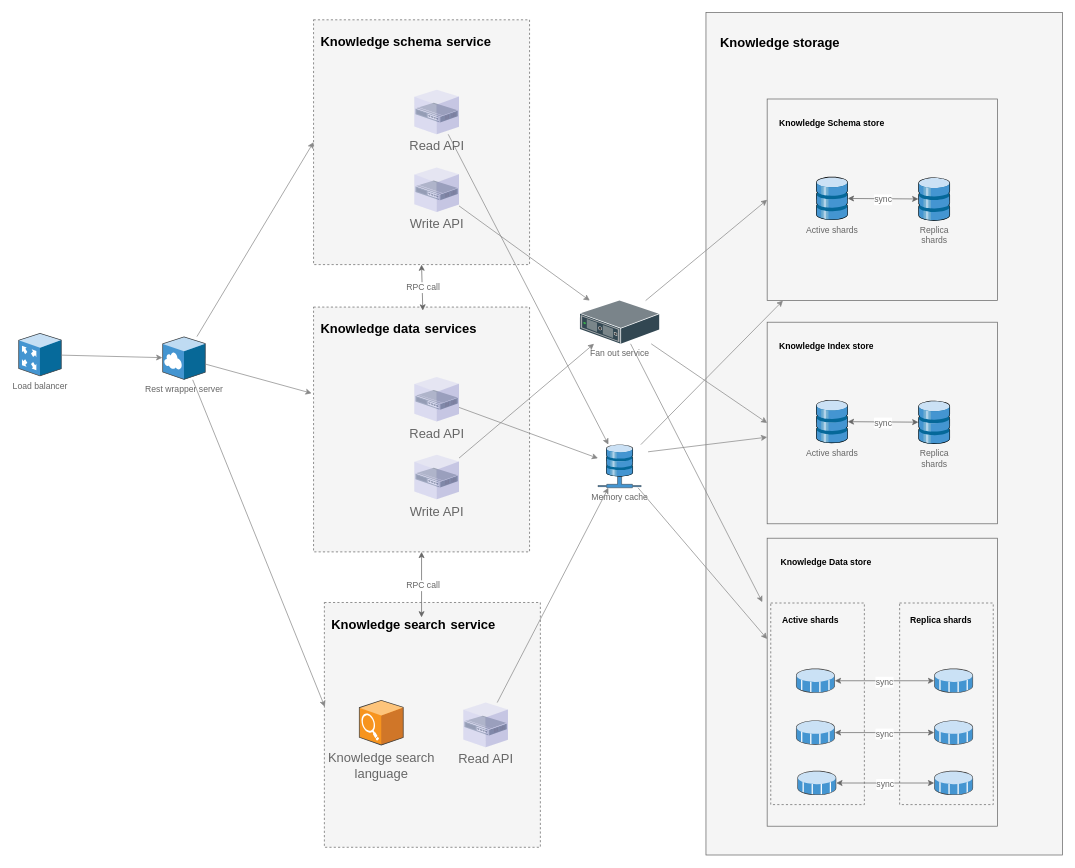
Before: page "Repository service" (3 of 6) of KnowledgeArchitecture.drawio in supriyopaul/diagrams, a draw.io diagram. Source tidied: cells renumbered, new cells numbered last; positions are measured from the earlier drawing's top-left corner, leaving out a move shared by most shapes. Both pictures are drawn from the tidied source at 72%, with x=0, y=0 at pixel (18, 12).
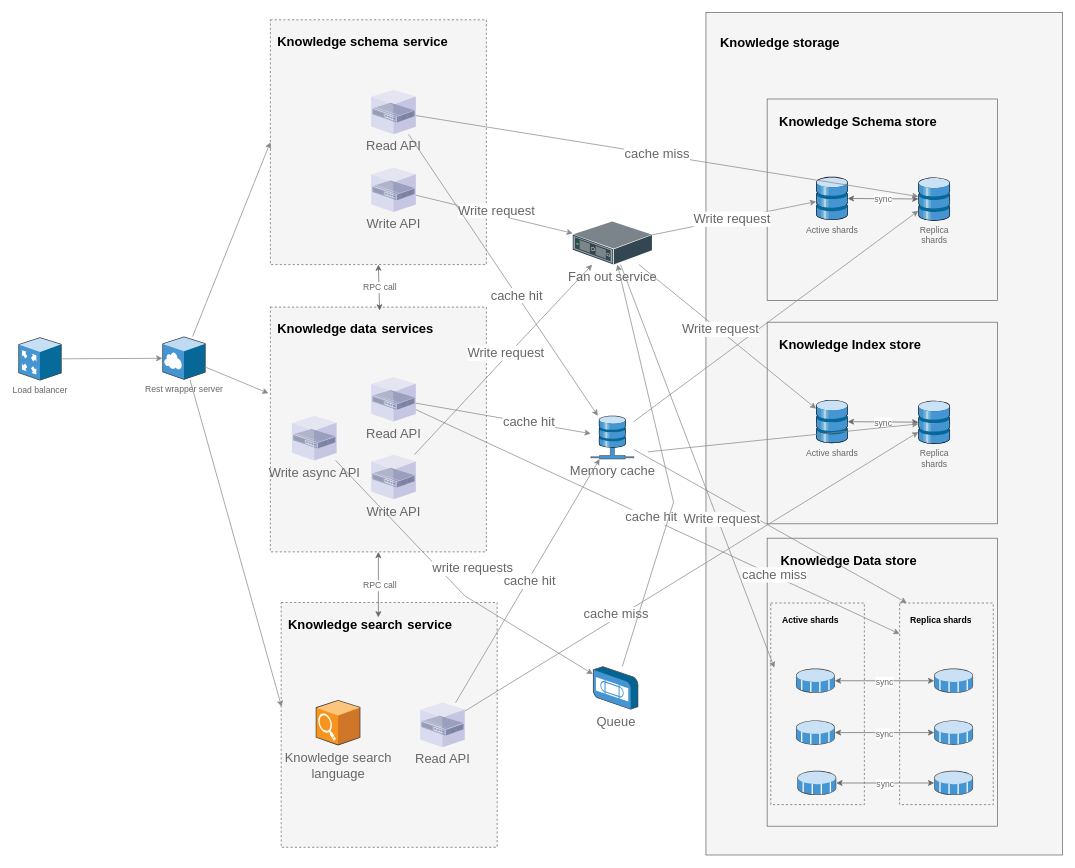
The same page after the edit.

The change refers to these unchanged cells:
```xml
<mxCell id="4" style="group;" parent="2" vertex="1">
  <mxGeometry x="85" y="430" width="320" height="280" as="geometry" />
</mxCell>
<mxCell id="5" style="rounded=0;whiteSpace=wrap;html=1;fillColor=#f5f5f5;strokeColor=#666666;fontStyle=0;fontColor=#333333;" parent="4" vertex="1">
  <mxGeometry width="320" height="280" as="geometry" />
</mxCell>
<mxCell id="7" value="Replica&lt;br&gt;shards" style="sketch=0;shadow=0;dashed=0;html=1;labelPosition=center;verticalLabelPosition=bottom;verticalAlign=top;align=center;outlineConnect=0;shape=mxgraph.veeam.3d.full_datastore;fontSize=12;fontColor=#666666;fillColor=#666666;" parent="4" vertex="1">
  <mxGeometry x="210" y="109" width="44" height="60" as="geometry" />
</mxCell>
<mxCell id="8" value="Active shards" style="sketch=0;shadow=0;dashed=0;html=1;labelPosition=center;verticalLabelPosition=bottom;verticalAlign=top;align=center;outlineConnect=0;shape=mxgraph.veeam.3d.full_datastore;fontSize=12;fontColor=#666666;fillColor=#666666;" parent="4" vertex="1">
  <mxGeometry x="68" y="108" width="44" height="60" as="geometry" />
</mxCell>
<mxCell id="11" style="group;" parent="2" vertex="1">
  <mxGeometry x="85" y="120" width="320" height="280" as="geometry" />
</mxCell>
<mxCell id="12" style="rounded=0;whiteSpace=wrap;html=1;fillColor=#f5f5f5;strokeColor=#666666;fontStyle=0;fontColor=#333333;" parent="11" vertex="1">
  <mxGeometry width="320" height="280" as="geometry" />
</mxCell>
<mxCell id="14" value="Replica&lt;br&gt;shards" style="sketch=0;shadow=0;dashed=0;html=1;labelPosition=center;verticalLabelPosition=bottom;verticalAlign=top;align=center;outlineConnect=0;shape=mxgraph.veeam.3d.full_datastore;fontSize=12;fontColor=#666666;fillColor=#666666;" parent="11" vertex="1">
  <mxGeometry x="210" y="109" width="44" height="60" as="geometry" />
</mxCell>
<mxCell id="15" value="Active shards" style="sketch=0;shadow=0;dashed=0;html=1;labelPosition=center;verticalLabelPosition=bottom;verticalAlign=top;align=center;outlineConnect=0;shape=mxgraph.veeam.3d.full_datastore;fontSize=12;fontColor=#666666;fillColor=#666666;" parent="11" vertex="1">
  <mxGeometry x="68" y="108" width="44" height="60" as="geometry" />
</mxCell>
<mxCell id="18" style="group;" parent="2" vertex="1">
  <mxGeometry x="85" y="730" width="410" height="400" as="geometry" />
</mxCell>
<mxCell id="19" style="rounded=0;whiteSpace=wrap;html=1;fillColor=#f5f5f5;strokeColor=#666666;fontStyle=0;fontColor=#333333;" parent="18" vertex="1">
  <mxGeometry width="320" height="400" as="geometry" />
</mxCell>
<mxCell id="20" style="rounded=0;whiteSpace=wrap;html=1;fillColor=#f5f5f5;strokeColor=#666666;fontStyle=0;dashed=1;fontColor=#333333;" parent="18" vertex="1">
  <mxGeometry x="184" y="90" width="130" height="280" as="geometry" />
</mxCell>
<mxCell id="21" style="rounded=0;whiteSpace=wrap;html=1;fillColor=#f5f5f5;strokeColor=#666666;fontStyle=0;dashed=1;fontColor=#333333;" parent="18" vertex="1">
  <mxGeometry x="5" y="90" width="130" height="280" as="geometry" />
</mxCell>
<mxCell id="25" value="&lt;h1&gt;&lt;font style=&quot;font-size: 12px;&quot;&gt;Replica shards&lt;/font&gt;&lt;/h1&gt;" style="text;html=1;strokeColor=none;fillColor=none;spacing=5;spacingTop=-20;whiteSpace=wrap;overflow=hidden;rounded=0;" parent="18" vertex="1">
  <mxGeometry x="194" y="90" width="106" height="46" as="geometry" />
</mxCell>
<mxCell id="46" value="Read API" style="sketch=0;shadow=0;dashed=0;html=1;labelPosition=center;verticalLabelPosition=bottom;verticalAlign=top;align=center;outlineConnect=0;shape=mxgraph.veeam.3d.vnic;fontSize=18;fontColor=#666666;fillColor=#666666;" parent="43" vertex="1">
  <mxGeometry x="140" y="97" width="62" height="62" as="geometry" />
</mxCell>
<mxCell id="52" value="Read API" style="sketch=0;shadow=0;dashed=0;html=1;labelPosition=center;verticalLabelPosition=bottom;verticalAlign=top;align=center;outlineConnect=0;shape=mxgraph.veeam.3d.vnic;fontSize=18;fontColor=#666666;fillColor=#666666;" parent="49" vertex="1">
  <mxGeometry x="193" y="139" width="62" height="62" as="geometry" />
</mxCell>
<mxCell id="55" style="group;" parent="54" vertex="1">
  <mxGeometry x="20" width="300" height="340" as="geometry" />
</mxCell>
<mxCell id="56" style="rounded=0;whiteSpace=wrap;html=1;fillColor=#f5f5f5;strokeColor=#666666;fontStyle=0;dashed=1;fontColor=#333333;" parent="55" vertex="1">
  <mxGeometry width="300" height="340" as="geometry" />
</mxCell>
<mxCell id="58" value="Read API" style="sketch=0;shadow=0;dashed=0;html=1;labelPosition=center;verticalLabelPosition=bottom;verticalAlign=top;align=center;outlineConnect=0;shape=mxgraph.veeam.3d.vnic;fontSize=18;fontColor=#666666;fillColor=#666666;" parent="55" vertex="1">
  <mxGeometry x="140" y="97" width="62" height="62" as="geometry" />
</mxCell>
<mxCell id="60" style="endArrow=classic;html=1;rounded=0;fontSize=12;fontColor=#000000;strokeColor=#878787;fontStyle=0;" parent="1" edge="1" source="47" target="41">
  <mxGeometry relative="1" as="geometry" />
</mxCell>
<mxCell id="61" style="endArrow=classic;html=1;rounded=0;fontSize=12;fontColor=#000000;strokeColor=#878787;fontStyle=0;" parent="1" edge="1" source="58" target="40">
  <mxGeometry relative="1" as="geometry" />
</mxCell>
<mxCell id="63" style="endArrow=classic;html=1;rounded=0;fontSize=12;fontColor=#000000;strokeColor=#878787;fontStyle=0;" parent="1" edge="1" source="52" target="40">
  <mxGeometry relative="1" as="geometry" />
</mxCell>
<mxCell id="64" style="endArrow=classic;html=1;rounded=0;fontSize=12;fontColor=#000000;strokeColor=#878787;fontStyle=0;" parent="1" edge="1" source="46" target="40">
  <mxGeometry relative="1" as="geometry" />
</mxCell>
<mxCell id="66" style="endArrow=classic;html=1;rounded=0;fontSize=12;fontColor=#000000;strokeColor=#878787;fontStyle=0;" parent="1" edge="1" source="59" target="41">
  <mxGeometry relative="1" as="geometry" />
</mxCell>
```

The edit, as a diff of the source:
```diff
@@
-    <mxCell id="6" value="&lt;h1&gt;&lt;font style=&quot;font-size: 12px;&quot;&gt;Knowledge Index store&lt;/font&gt;&lt;/h1&gt;" style="text;html=1;strokeColor=none;fillColor=none;spacing=5;spacingTop=-20;whiteSpace=wrap;overflow=hidden;rounded=0;" parent="4" vertex="1">
-      <mxGeometry x="12" y="10" width="166" height="46" as="geometry" />
+    <mxCell id="6" value="&lt;h1&gt;&lt;font style=&quot;font-size: 18px;&quot;&gt;Knowledge Index store&lt;/font&gt;&lt;/h1&gt;" style="text;html=1;strokeColor=none;fillColor=none;spacing=5;spacingTop=-20;whiteSpace=wrap;overflow=hidden;rounded=0;" parent="4" vertex="1">
+      <mxGeometry x="12" y="10" width="258" height="46" as="geometry" />
     </mxCell>
@@
-    <mxCell id="13" value="&lt;h1&gt;&lt;font style=&quot;font-size: 12px;&quot;&gt;Knowledge Schema store&lt;/font&gt;&lt;/h1&gt;" style="text;html=1;strokeColor=none;fillColor=none;spacing=5;spacingTop=-20;whiteSpace=wrap;overflow=hidden;rounded=0;" parent="11" vertex="1">
-      <mxGeometry x="12" y="10" width="166" height="46" as="geometry" />
+    <mxCell id="13" value="&lt;h1&gt;&lt;font style=&quot;font-size: 18px;&quot;&gt;Knowledge Schema store&lt;/font&gt;&lt;/h1&gt;" style="text;html=1;strokeColor=none;fillColor=none;spacing=5;spacingTop=-20;whiteSpace=wrap;overflow=hidden;rounded=0;" parent="11" vertex="1">
+      <mxGeometry x="12" y="10" width="268" height="46" as="geometry" />
     </mxCell>
@@
-    <mxCell id="26" value="&lt;h1&gt;&lt;font style=&quot;font-size: 12px;&quot;&gt;Knowledge Data store&lt;/font&gt;&lt;/h1&gt;" style="text;html=1;strokeColor=none;fillColor=none;spacing=5;spacingTop=-20;whiteSpace=wrap;overflow=hidden;rounded=0;" parent="18" vertex="1">
-      <mxGeometry x="14" y="10" width="166" height="46" as="geometry" />
+    <mxCell id="26" value="&lt;h1&gt;&lt;font style=&quot;font-size: 18px;&quot;&gt;Knowledge Data store&lt;/font&gt;&lt;/h1&gt;" style="text;html=1;strokeColor=none;fillColor=none;spacing=5;spacingTop=-20;whiteSpace=wrap;overflow=hidden;rounded=0;" parent="18" vertex="1">
+      <mxGeometry x="14" y="10" width="246" height="46" as="geometry" />
     </mxCell>
@@
     <mxCell id="39" value="Load balancer" style="sketch=0;shadow=0;dashed=0;html=1;labelPosition=center;verticalLabelPosition=bottom;verticalAlign=top;align=center;outlineConnect=0;shape=mxgraph.veeam.3d.proxy_appliance;fontSize=12;fontColor=#666666;fillColor=#666666;" parent="1" vertex="1">
-      <mxGeometry y="445" width="60" height="60" as="geometry" />
+      <mxGeometry y="451" width="60" height="60" as="geometry" />
     </mxCell>
-    <mxCell id="40" value="Memory cache" style="sketch=0;shadow=0;dashed=0;html=1;labelPosition=center;verticalLabelPosition=bottom;verticalAlign=top;align=center;outlineConnect=0;shape=mxgraph.veeam.3d.remote_storage;fontSize=12;fontColor=#666666;fillColor=#666666;" parent="1" vertex="1">
-      <mxGeometry x="805" y="600" width="60" height="60" as="geometry" />
+    <mxCell id="40" value="&lt;font style=&quot;font-size: 18px;&quot;&gt;Memory cache&lt;/font&gt;" style="sketch=0;shadow=0;dashed=0;html=1;labelPosition=center;verticalLabelPosition=bottom;verticalAlign=top;align=center;outlineConnect=0;shape=mxgraph.veeam.3d.remote_storage;fontSize=12;fontColor=#666666;fillColor=#666666;" parent="1" vertex="1">
+      <mxGeometry x="795" y="560" width="60" height="60" as="geometry" />
     </mxCell>
-    <mxCell id="41" value="Fan out service" style="sketch=0;shadow=0;dashed=0;html=1;labelPosition=center;verticalLabelPosition=bottom;verticalAlign=top;align=center;outlineConnect=0;shape=mxgraph.veeam.3d.switch;fontSize=12;fontColor=#666666;fillColor=#666666;" parent="1" vertex="1">
-      <mxGeometry x="780" y="400" width="110" height="60" as="geometry" />
+    <mxCell id="41" value="&lt;font style=&quot;font-size: 18px;&quot;&gt;Fan out service&lt;/font&gt;" style="sketch=0;shadow=0;dashed=0;html=1;labelPosition=center;verticalLabelPosition=bottom;verticalAlign=top;align=center;outlineConnect=0;shape=mxgraph.veeam.3d.switch;fontSize=12;fontColor=#666666;fillColor=#666666;" parent="1" vertex="1">
+      <mxGeometry x="770" y="290" width="110" height="60" as="geometry" />
     </mxCell>
     <mxCell id="42" style="group;" parent="1" vertex="1">
-      <mxGeometry x="390" y="10" width="300" height="340" as="geometry" />
+      <mxGeometry x="330" y="10" width="300" height="340" as="geometry" />
     </mxCell>
@@
     <mxCell id="48" style="group;" parent="1" vertex="1">
-      <mxGeometry x="405" y="819.3" width="300" height="340" as="geometry" />
+      <mxGeometry x="345" y="819.3" width="300" height="340" as="geometry" />
     </mxCell>
@@
     <mxCell id="54" style="group;" parent="1" vertex="1">
-      <mxGeometry x="390" y="409" width="300" height="340" as="geometry" />
+      <mxGeometry x="330" y="409" width="300" height="340" as="geometry" />
     </mxCell>
@@
+    <mxCell id="79" value="Write async API" style="sketch=0;shadow=0;dashed=0;html=1;labelPosition=center;verticalLabelPosition=bottom;verticalAlign=top;align=center;outlineConnect=0;shape=mxgraph.veeam.3d.vnic;fontSize=18;fontColor=#666666;fillColor=#666666;" parent="55" vertex="1">
+      <mxGeometry x="30" y="151" width="62" height="62" as="geometry" />
+    </mxCell>
@@
+    <mxCell id="80" value="Write request" style="edgeLabel;html=1;align=center;verticalAlign=middle;fontSize=18;fontColor=#666666;" parent="60" vertex="1">
+      <mxGeometry x="0.01" y="6" relative="1" as="geometry" />
+    </mxCell>
@@
+    <mxCell id="81" value="cache hit" style="edgeLabel;html=1;align=center;verticalAlign=middle;fontSize=18;fontColor=#666666;" parent="61" vertex="1">
+      <mxGeometry x="0.29" y="1" relative="1" as="geometry" />
+    </mxCell>
-    <mxCell id="62" style="endArrow=classic;html=1;rounded=0;fontSize=12;fontColor=#000000;strokeColor=#878787;fontStyle=0;entryX=0;entryY=0.5;entryDx=0;entryDy=0;" parent="1" edge="1" source="41" target="5">
+    <mxCell id="62" style="endArrow=classic;html=1;rounded=0;fontSize=12;fontColor=#000000;strokeColor=#878787;fontStyle=0;" parent="1" edge="1" source="41" target="15">
       <mxGeometry relative="1" as="geometry" />
     </mxCell>
+    <mxCell id="82" value="Write request" style="edgeLabel;html=1;align=center;verticalAlign=middle;fontSize=18;fontColor=#666666;" parent="62" vertex="1">
+      <mxGeometry x="-0.02" relative="1" as="geometry">
+        <mxPoint x="-1" as="offset" />
+      </mxGeometry>
+    </mxCell>
@@
+    <mxCell id="83" value="cache hit" style="edgeLabel;html=1;align=center;verticalAlign=middle;fontSize=18;fontColor=#666666;" parent="63" vertex="1">
+      <mxGeometry x="0.01" y="-2" relative="1" as="geometry">
+        <mxPoint y="1" as="offset" />
+      </mxGeometry>
+    </mxCell>
@@
+    <mxCell id="84" value="cache hit" style="edgeLabel;html=1;align=center;verticalAlign=middle;fontSize=18;fontColor=#666666;" parent="64" vertex="1">
+      <mxGeometry x="0.14" y="-1" relative="1" as="geometry" />
+    </mxCell>
-    <mxCell id="65" style="endArrow=classic;html=1;rounded=0;fontSize=12;fontColor=#000000;strokeColor=#878787;fontStyle=0;entryX=0;entryY=0.5;entryDx=0;entryDy=0;" parent="1" edge="1" source="41" target="12">
+    <mxCell id="65" style="endArrow=classic;html=1;rounded=0;fontSize=12;fontColor=#000000;strokeColor=#878787;fontStyle=0;entryX=-0.001;entryY=0.153;entryDx=0;entryDy=0;entryPerimeter=0;" parent="1" edge="1" source="58" target="20">
       <mxGeometry relative="1" as="geometry" />
     </mxCell>
+    <mxCell id="85" value="cache hit" style="edgeLabel;html=1;align=center;verticalAlign=middle;fontSize=18;fontColor=#666666;" parent="65" vertex="1">
+      <mxGeometry x="-0.03" y="2" relative="1" as="geometry" />
+    </mxCell>
+    <mxCell id="86" value="cache miss" style="edgeLabel;html=1;align=center;verticalAlign=middle;fontSize=18;fontColor=#666666;" parent="65" vertex="1">
+      <mxGeometry x="0.48" y="1" relative="1" as="geometry" />
+    </mxCell>
@@
+    <mxCell id="87" value="Write request" style="edgeLabel;html=1;align=center;verticalAlign=middle;fontSize=18;fontColor=#666666;" parent="66" vertex="1">
+      <mxGeometry x="0.05" y="4" relative="1" as="geometry" />
+    </mxCell>
-    <mxCell id="67" style="endArrow=classic;html=1;rounded=0;fontSize=12;fontColor=#000000;strokeColor=#878787;fontStyle=0;" parent="1" edge="1" source="40" target="12">
+    <mxCell id="67" style="endArrow=classic;html=1;rounded=0;fontSize=12;fontColor=#000000;strokeColor=#878787;fontStyle=0;" parent="1" edge="1" source="40" target="14">
       <mxGeometry relative="1" as="geometry" />
     </mxCell>
-    <mxCell id="68" style="endArrow=classic;html=1;rounded=0;fontSize=12;fontColor=#000000;strokeColor=#878787;fontStyle=0;entryX=-0.021;entryY=0.222;entryDx=0;entryDy=0;entryPerimeter=0;" parent="1" edge="1" source="41" target="19">
+    <mxCell id="68" style="endArrow=classic;html=1;rounded=0;fontSize=12;fontColor=#000000;strokeColor=#878787;fontStyle=0;" parent="1" edge="1" source="41" target="8">
       <mxGeometry relative="1" as="geometry" />
     </mxCell>
+    <mxCell id="88" value="Write request" style="edgeLabel;html=1;align=center;verticalAlign=middle;fontSize=18;fontColor=#666666;" parent="68" vertex="1">
+      <mxGeometry x="-0.09" y="2" relative="1" as="geometry" />
+    </mxCell>
-    <mxCell id="69" style="endArrow=classic;html=1;rounded=0;fontSize=12;fontColor=#000000;strokeColor=#878787;fontStyle=0;" parent="1" edge="1" target="5">
+    <mxCell id="69" style="endArrow=classic;html=1;rounded=0;fontSize=12;fontColor=#000000;strokeColor=#878787;fontStyle=0;" parent="1" edge="1" target="7">
       <mxGeometry relative="1" as="geometry">
         <mxPoint x="874.6" y="610" as="sourcePoint" />
       </mxGeometry>
     </mxCell>
-    <mxCell id="70" style="endArrow=classic;html=1;rounded=0;fontSize=12;fontColor=#000000;strokeColor=#878787;fontStyle=0;entryX=0;entryY=0.35;entryDx=0;entryDy=0;entryPerimeter=0;" parent="1" edge="1" source="40" target="19">
+    <mxCell id="70" style="endArrow=classic;html=1;rounded=0;fontSize=12;fontColor=#000000;strokeColor=#878787;fontStyle=0;entryX=0;entryY=0;entryDx=0;entryDy=0;" parent="1" edge="1" source="40" target="25">
       <mxGeometry relative="1" as="geometry" />
     </mxCell>
@@
     <mxCell id="74" style="endArrow=classic;startArrow=classic;html=1;rounded=0;fontSize=18;strokeColor=#666666;entryX=0.5;entryY=1;entryDx=0;entryDy=0;" parent="1" edge="1" target="56">
       <mxGeometry relative="1" as="geometry">
-        <mxPoint x="560" y="840" as="sourcePoint" />
+        <mxPoint x="500" y="840" as="sourcePoint" />
       </mxGeometry>
     </mxCell>
@@
+    <mxCell id="89" style="endArrow=classic;html=1;rounded=0;fontSize=12;fontColor=#000000;strokeColor=#878787;fontStyle=0;" parent="1" edge="1" source="52" target="7">
+      <mxGeometry relative="1" as="geometry" />
+    </mxCell>
+    <mxCell id="90" value="cache miss" style="edgeLabel;html=1;align=center;verticalAlign=middle;fontSize=18;fontColor=#666666;" parent="89" vertex="1">
+      <mxGeometry x="-0.48" y="-3" relative="1" as="geometry">
+        <mxPoint x="44" y="-37" as="offset" />
+      </mxGeometry>
+    </mxCell>
+    <mxCell id="91" style="endArrow=classic;html=1;rounded=0;fontSize=12;fontColor=#000000;strokeColor=#878787;fontStyle=0;" parent="1" edge="1" source="46" target="14">
+      <mxGeometry relative="1" as="geometry" />
+    </mxCell>
+    <mxCell id="92" value="cache miss" style="edgeLabel;html=1;align=center;verticalAlign=middle;fontSize=18;fontColor=#666666;" parent="91" vertex="1">
+      <mxGeometry x="-0.04" relative="1" as="geometry" />
+    </mxCell>
+    <mxCell id="93" value="Queue" style="sketch=0;shadow=0;dashed=0;html=1;labelPosition=center;verticalLabelPosition=bottom;verticalAlign=top;align=center;outlineConnect=0;shape=mxgraph.veeam.3d.tape;fontSize=18;fontColor=#666666;fillColor=#666666;" parent="1" vertex="1">
+      <mxGeometry x="798" y="908" width="63" height="60" as="geometry" />
+    </mxCell>
+    <mxCell id="94" style="endArrow=classic;html=1;rounded=0;fontSize=12;fontColor=#000000;strokeColor=#878787;fontStyle=0;" parent="1" edge="1" source="79" target="93">
+      <mxGeometry relative="1" as="geometry">
+        <Array as="points">
+          <mxPoint x="620" y="810" />
+        </Array>
+      </mxGeometry>
+    </mxCell>
+    <mxCell id="95" value="write requests" style="edgeLabel;html=1;align=center;verticalAlign=middle;fontSize=18;fontColor=#666666;" parent="94" vertex="1">
+      <mxGeometry x="0.29" y="1" relative="1" as="geometry">
+        <mxPoint x="-26" y="-60" as="offset" />
+      </mxGeometry>
+    </mxCell>
+    <mxCell id="96" style="endArrow=classic;html=1;rounded=0;fontSize=12;fontColor=#000000;strokeColor=#878787;fontStyle=0;" parent="1" edge="1" source="93" target="41">
+      <mxGeometry relative="1" as="geometry">
+        <Array as="points">
+          <mxPoint x="910" y="680" />
+        </Array>
+      </mxGeometry>
+    </mxCell>
+    <mxCell id="97" style="endArrow=classic;html=1;rounded=0;fontSize=12;fontColor=#000000;strokeColor=#878787;fontStyle=0;entryX=0.038;entryY=0.321;entryDx=0;entryDy=0;entryPerimeter=0;" parent="1" edge="1" source="41" target="21">
+      <mxGeometry relative="1" as="geometry" />
+    </mxCell>
+    <mxCell id="98" value="Write request" style="edgeLabel;html=1;align=center;verticalAlign=middle;fontSize=18;fontColor=#666666;" parent="97" vertex="1">
+      <mxGeometry x="0.27" y="5" relative="1" as="geometry" />
+    </mxCell>
```
